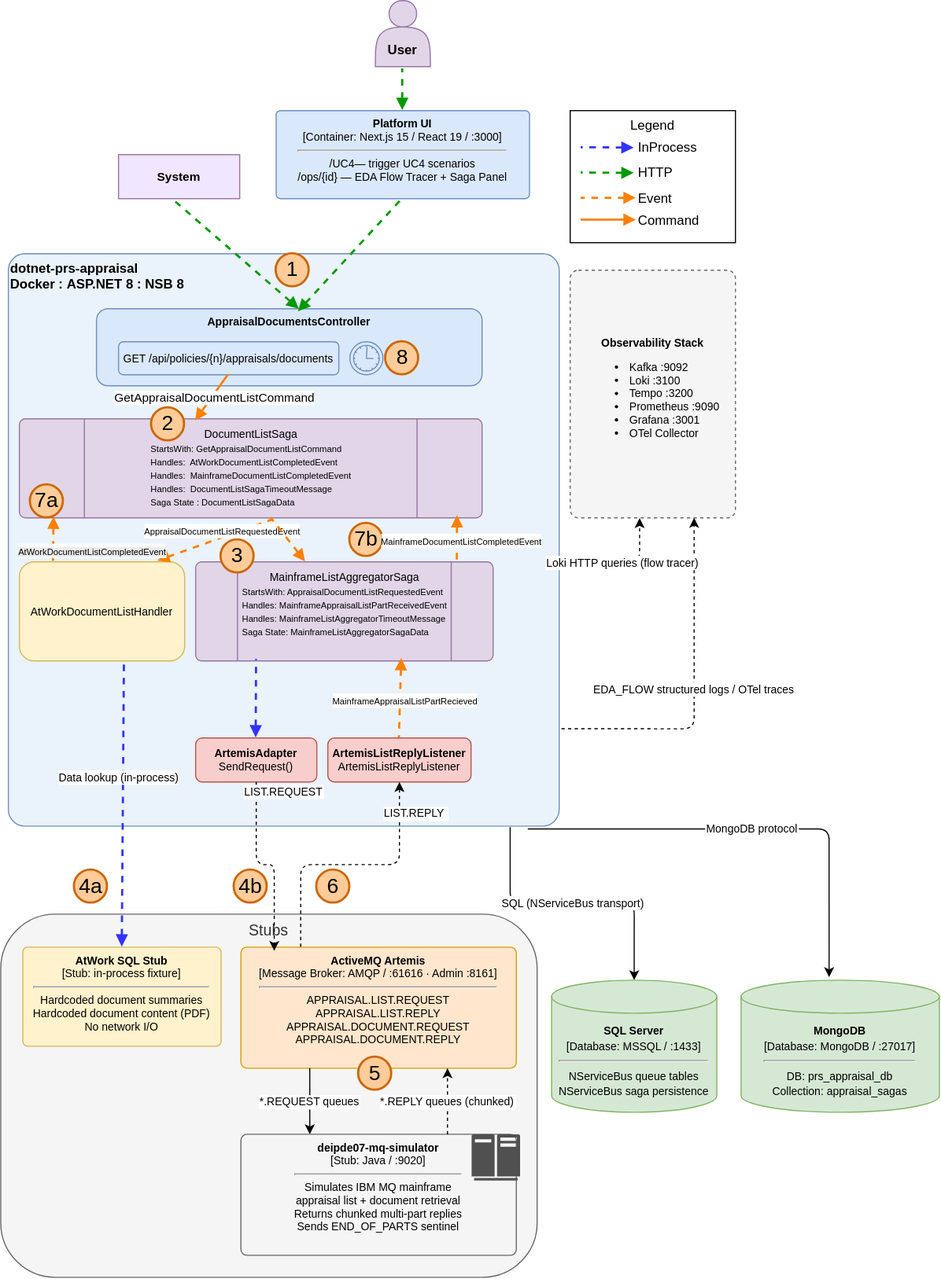
Before: .pages_site/uc4-architecture-ListAppraisals.drawio.svg, a diagram exported from draw.io (AIS-Commercial-Business-Unit/Middleware). Source tidied: cells renumbered, new cells last; positions are measured from the earlier drawing's top-left corner, leaving out a move shared by most shapes.
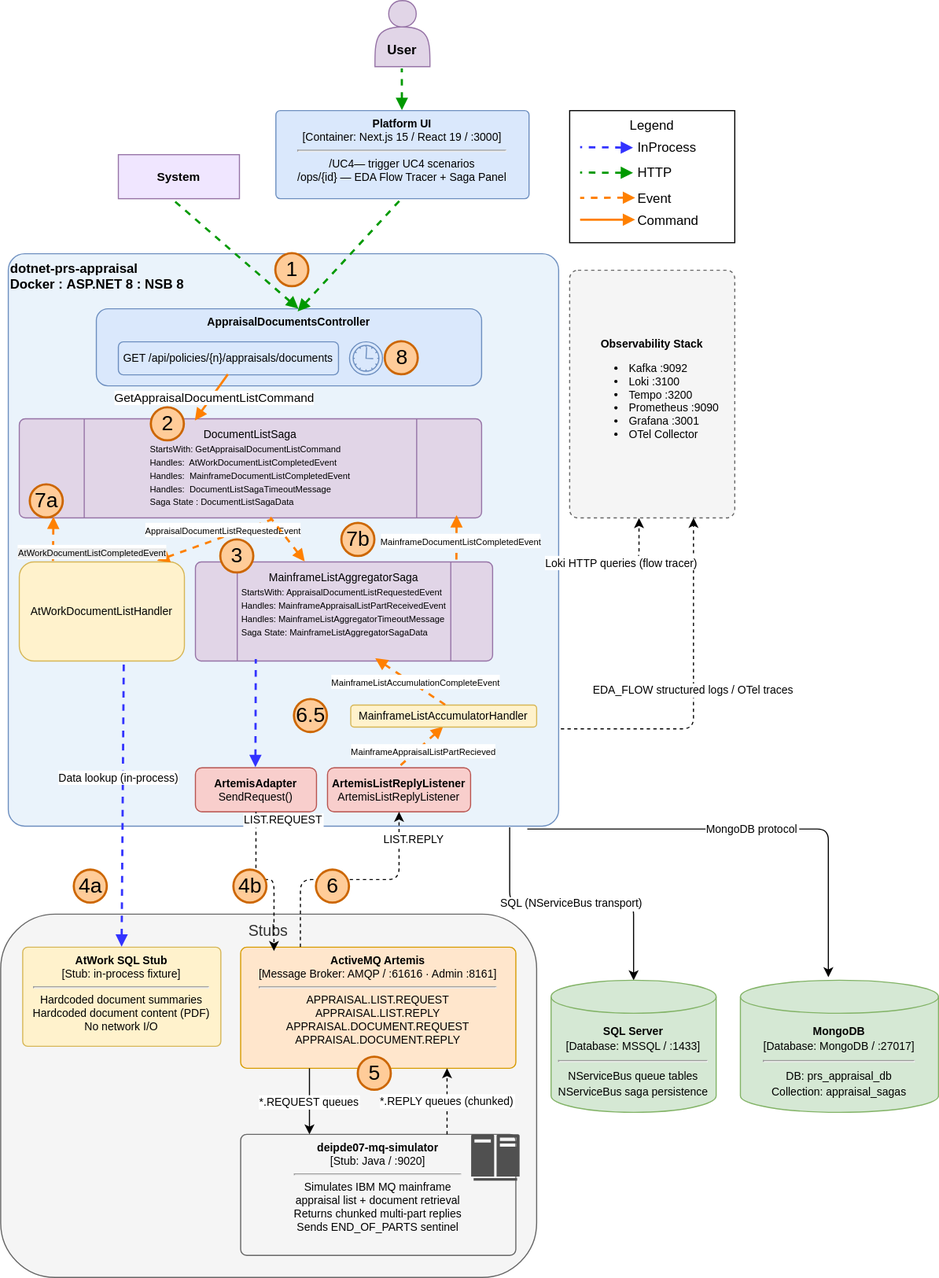
Later version of the same file.

Diff of the diagram source:
```diff
@@ -107,15 +107,15 @@
       <mxGeometry x="177" y="510" width="270" height="90" as="geometry" />
     </mxCell>
     <mxCell id="32" value="&lt;div&gt;&lt;b&gt;ArtemisAdapter&lt;/b&gt;&lt;/div&gt;&lt;div&gt;SendRequest()&lt;/div&gt;" style="rounded=1;whiteSpace=wrap;html=1;fillColor=#f8cecc;strokeColor=#b85450;fontSize=10;" parent="1" vertex="1">
-      <mxGeometry x="177" y="670" width="110" height="40" as="geometry" />
+      <mxGeometry x="177" y="697" width="110" height="40" as="geometry" />
     </mxCell>
     <mxCell id="33" value="&lt;div&gt;&lt;span style=&quot;background-color: transparent;&quot;&gt;&lt;b&gt;ArtemisListReplyListener&lt;/b&gt;&lt;/span&gt;&lt;/div&gt;&lt;div&gt;ArtemisListReplyListener&lt;/div&gt;" style="rounded=1;whiteSpace=wrap;html=1;fillColor=#f8cecc;strokeColor=#b85450;fontSize=10;" parent="1" vertex="1">
-      <mxGeometry x="297" y="670" width="130" height="40" as="geometry" />
+      <mxGeometry x="297" y="697" width="130" height="40" as="geometry" />
     </mxCell>
     <mxCell id="34" style="endArrow=none;html=1;strokeWidth=2;rounded=0;startArrow=block;startFill=1;endFill=0;dashed=1;exitX=0.5;exitY=0;exitDx=0;exitDy=0;strokeColor=#3333FF;entryX=0.205;entryY=0.985;entryDx=0;entryDy=0;entryPerimeter=0;" parent="1" edge="1" source="32" target="31">
       <mxGeometry relative="1" as="geometry" />
     </mxCell>
-    <mxCell id="35" style="endArrow=none;html=1;strokeWidth=2;rounded=0;startArrow=block;startFill=1;endFill=0;dashed=1;strokeColor=#FF8000;entryX=0.5;entryY=0;entryDx=0;entryDy=0;exitX=0.693;exitY=0.975;exitDx=0;exitDy=0;exitPerimeter=0;" parent="1" edge="1" source="31" target="33">
+    <mxCell id="35" style="endArrow=none;html=1;strokeWidth=2;rounded=0;startArrow=block;startFill=1;endFill=0;dashed=1;strokeColor=#FF8000;entryX=0.5;entryY=0;entryDx=0;entryDy=0;exitX=0.5;exitY=1;exitDx=0;exitDy=0;" parent="1" edge="1" source="66" target="33">
       <mxGeometry relative="1" as="geometry" />
     </mxCell>
     <mxCell id="36" value="&lt;font style=&quot;font-size: 8px;&quot;&gt;MainframeAppraisalListPartRecieved&lt;/font&gt;" style="edgeLabel;html=1;align=center;verticalAlign=middle;" parent="35" vertex="1">
@@ -167,7 +167,7 @@
       <mxGeometry x="287" y="790" width="30" height="30" as="geometry" />
     </mxCell>
     <mxCell id="52" value="&lt;span style=&quot;font-size: 19px;&quot;&gt;7b&lt;/span&gt;" style="ellipse;whiteSpace=wrap;html=1;fillColor=#FFCC99;strokeColor=#CC6600;strokeWidth=2;" parent="1" vertex="1">
-      <mxGeometry x="317" y="475" width="30" height="30" as="geometry" />
+      <mxGeometry x="310.1" y="475" width="30" height="30" as="geometry" />
     </mxCell>
     <mxCell id="53" style="endArrow=none;html=1;strokeWidth=2;rounded=0;startArrow=block;startFill=1;endFill=0;dashed=1;strokeColor=#FF8000;entryX=0.88;entryY=0.007;entryDx=0;entryDy=0;entryPerimeter=0;exitX=0.947;exitY=0.978;exitDx=0;exitDy=0;exitPerimeter=0;" parent="1" edge="1" source="24" target="31">
       <mxGeometry relative="1" as="geometry" />
@@ -212,5 +212,17 @@
     <mxCell id="65" style="shape=mxgraph.bpmn.event;html=1;verticalLabelPosition=bottom;labelBackgroundColor=#ffffff;verticalAlign=top;align=center;perimeter=ellipsePerimeter;outline=standard;symbol=timer;fillColor=#dae8fc;strokeColor=#6c8ebf;" parent="1" vertex="1">
       <mxGeometry x="317" y="310" width="30" height="30" as="geometry" />
     </mxCell>
+    <mxCell id="66" value="&lt;div&gt;MainframeListAccumulatorHandler&lt;/div&gt;" style="rounded=1;whiteSpace=wrap;html=1;fillColor=#fff2cc;strokeColor=#d6b656;fontSize=10;" parent="1" vertex="1">
+      <mxGeometry x="318.1" y="640" width="168.9" height="20" as="geometry" />
+    </mxCell>
+    <mxCell id="67" style="endArrow=none;html=1;strokeWidth=2;rounded=0;startArrow=block;startFill=1;endFill=0;dashed=1;strokeColor=#FF8000;exitX=0.607;exitY=0.978;exitDx=0;exitDy=0;exitPerimeter=0;entryX=0.52;entryY=0.063;entryDx=0;entryDy=0;entryPerimeter=0;" parent="1" edge="1" source="31" target="66">
+      <mxGeometry relative="1" as="geometry" />
+    </mxCell>
+    <mxCell id="68" value="&lt;font style=&quot;font-size: 8px;&quot;&gt;MainframeListAccumulationCompleteEvent&lt;/font&gt;" style="edgeLabel;html=1;align=center;verticalAlign=middle;" parent="67" vertex="1">
+      <mxGeometry x="0.05" y="3" relative="1" as="geometry" />
+    </mxCell>
+    <mxCell id="69" value="&lt;span style=&quot;font-size: 19px;&quot;&gt;6.5&lt;/span&gt;" style="ellipse;whiteSpace=wrap;html=1;fillColor=#FFCC99;strokeColor=#CC6600;strokeWidth=2;" parent="1" vertex="1">
+      <mxGeometry x="267" y="635" width="30" height="30" as="geometry" />
+    </mxCell>
   </root>
 </mxGraphModel>
```
